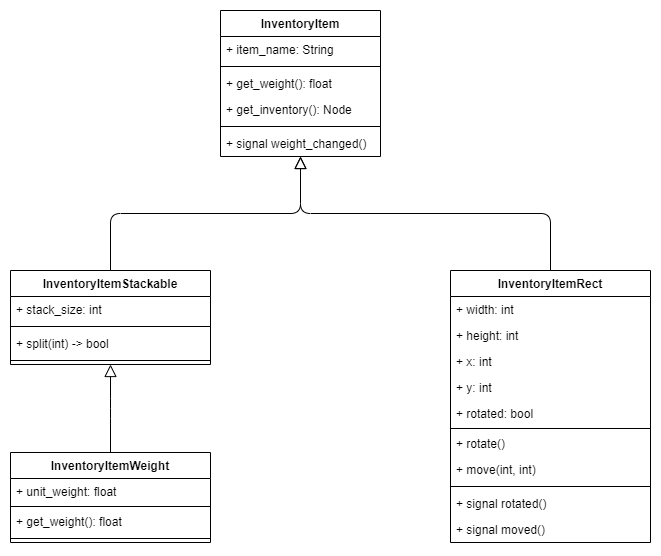
Earlier version of the draw.io export images/cd_inventory_item.png (peter-kish/gloot). Source tidied: cells renumbered, new cells last; positions are measured from the earlier drawing's top-left corner, leaving out a move shared by most shapes.
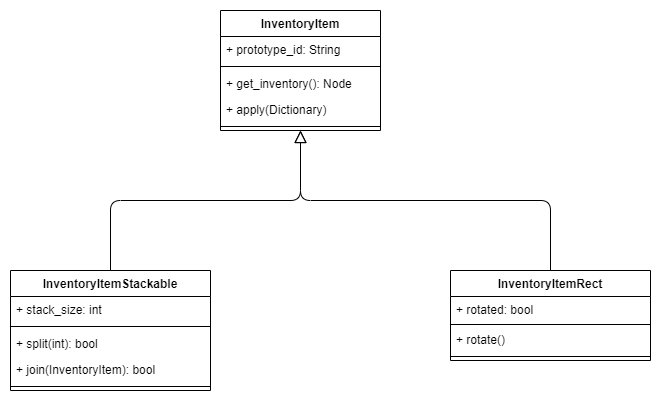
The same diagram one commit later.

The edit, as a diff of the source:
```diff
@@ -3,100 +3,61 @@
     <mxCell id="0" />
     <mxCell id="1" parent="0" />
     <mxCell id="2" value="InventoryItem" style="swimlane;fontStyle=1;align=center;verticalAlign=top;horizontal=1;startSize=26;shadow=0;strokeWidth=1;" parent="1" vertex="1">
-      <mxGeometry x="210" width="160" height="146" as="geometry" />
+      <mxGeometry x="210" width="160" height="120" as="geometry" />
     </mxCell>
-    <mxCell id="3" value="+ item_name: String" style="text;align=left;verticalAlign=top;spacingLeft=4;spacingRight=4;overflow=hidden;" parent="2" vertex="1">
+    <mxCell id="3" value="+ prototype_id: String" style="text;align=left;verticalAlign=top;spacingLeft=4;spacingRight=4;overflow=hidden;" parent="2" vertex="1">
       <mxGeometry y="26" width="160" height="26" as="geometry" />
     </mxCell>
     <mxCell id="4" style="line;html=1;strokeWidth=1;align=left;verticalAlign=middle;spacingTop=-1;spacingLeft=3;spacingRight=3;labelPosition=right;" parent="2" vertex="1">
       <mxGeometry y="52" width="160" height="8" as="geometry" />
     </mxCell>
-    <mxCell id="5" value="+ get_weight(): float" style="text;strokeColor=none;fillColor=none;align=left;verticalAlign=top;spacingLeft=4;spacingRight=4;overflow=hidden;" parent="2" vertex="1">
+    <mxCell id="5" value="+ get_inventory(): Node" style="text;strokeColor=none;fillColor=none;align=left;verticalAlign=top;spacingLeft=4;spacingRight=4;overflow=hidden;" parent="2" vertex="1">
       <mxGeometry y="60" width="160" height="26" as="geometry" />
     </mxCell>
-    <mxCell id="6" value="+ get_inventory(): Node" style="text;strokeColor=none;fillColor=none;align=left;verticalAlign=top;spacingLeft=4;spacingRight=4;overflow=hidden;" parent="2" vertex="1">
+    <mxCell id="6" value="+ apply(Dictionary)" style="text;strokeColor=none;fillColor=none;align=left;verticalAlign=top;spacingLeft=4;spacingRight=4;overflow=hidden;" parent="2" vertex="1">
       <mxGeometry y="86" width="160" height="26" as="geometry" />
     </mxCell>
     <mxCell id="7" style="line;strokeWidth=1;fillColor=none;align=left;verticalAlign=middle;spacingTop=-1;spacingLeft=3;spacingRight=3;labelPosition=right;" parent="2" vertex="1">
       <mxGeometry y="112" width="160" height="8" as="geometry" />
     </mxCell>
-    <mxCell id="8" value="+ signal weight_changed()" style="text;strokeColor=none;fillColor=none;align=left;verticalAlign=top;spacingLeft=4;spacingRight=4;overflow=hidden;points=[[0,0.5],[1,0.5]];portConstraint=eastwest;" parent="2" vertex="1">
-      <mxGeometry y="120" width="160" height="26" as="geometry" />
+    <mxCell id="8" value="InventoryItemStackable" style="swimlane;fontStyle=1;align=center;verticalAlign=top;horizontal=1;startSize=26;shadow=0;strokeWidth=1;" parent="1" vertex="1">
+      <mxGeometry y="260" width="200" height="120" as="geometry" />
     </mxCell>
-    <mxCell id="9" value="InventoryItemStackable" style="swimlane;fontStyle=1;align=center;verticalAlign=top;horizontal=1;startSize=26;shadow=0;strokeWidth=1;" parent="1" vertex="1">
-      <mxGeometry y="260" width="200" height="94" as="geometry" />
+    <mxCell id="9" value="+ stack_size: int" style="text;align=left;verticalAlign=top;spacingLeft=4;spacingRight=4;overflow=hidden;points=[[0,0.5],[1,0.5]];portConstraint=eastwest;" parent="8" vertex="1">
+      <mxGeometry y="26" width="200" height="26" as="geometry" />
     </mxCell>
-    <mxCell id="10" value="+ stack_size: int" style="text;align=left;verticalAlign=top;spacingLeft=4;spacingRight=4;overflow=hidden;" parent="9" vertex="1">
-      <mxGeometry y="26" width="200" height="26" as="geometry" />
+    <mxCell id="10" style="line;html=1;strokeWidth=1;align=left;verticalAlign=middle;spacingTop=-1;spacingLeft=3;spacingRight=3;labelPosition=right;" parent="8" vertex="1">
+      <mxGeometry y="52" width="200" height="8" as="geometry" />
     </mxCell>
-    <mxCell id="11" style="line;html=1;strokeWidth=1;align=left;verticalAlign=middle;spacingTop=-1;spacingLeft=3;spacingRight=3;labelPosition=right;" parent="9" vertex="1">
-      <mxGeometry y="52" width="200" height="8" as="geometry" />
+    <mxCell id="11" value="+ split(int): bool" style="text;align=left;verticalAlign=top;spacingLeft=4;spacingRight=4;overflow=hidden;fontStyle=0;" parent="8" vertex="1">
+      <mxGeometry y="60" width="200" height="26" as="geometry" />
     </mxCell>
-    <mxCell id="12" value="+ split(int) -&gt; bool" style="text;align=left;verticalAlign=top;spacingLeft=4;spacingRight=4;overflow=hidden;fontStyle=0;" parent="9" vertex="1">
-      <mxGeometry y="60" width="200" height="26" as="geometry" />
+    <mxCell id="12" value="+ join(InventoryItem): bool" style="text;strokeColor=none;fillColor=none;align=left;verticalAlign=top;spacingLeft=4;spacingRight=4;overflow=hidden;" parent="8" vertex="1">
+      <mxGeometry y="86" width="200" height="26" as="geometry" />
     </mxCell>
-    <mxCell id="13" style="line;strokeWidth=1;fillColor=none;align=left;verticalAlign=middle;spacingTop=-1;spacingLeft=3;spacingRight=3;labelPosition=right;" parent="9" vertex="1">
-      <mxGeometry y="86" width="200" height="8" as="geometry" />
+    <mxCell id="13" style="line;strokeWidth=1;fillColor=none;align=left;verticalAlign=middle;spacingTop=-1;spacingLeft=3;spacingRight=3;labelPosition=right;" parent="8" vertex="1">
+      <mxGeometry y="112" width="200" height="8" as="geometry" />
     </mxCell>
-    <mxCell id="14" style="endArrow=block;endSize=10;endFill=0;shadow=0;strokeWidth=1;edgeStyle=elbowEdgeStyle;elbow=vertical;" parent="1" edge="1" source="9" target="2">
+    <mxCell id="14" style="endArrow=block;endSize=10;endFill=0;shadow=0;strokeWidth=1;edgeStyle=elbowEdgeStyle;elbow=vertical;" parent="1" edge="1" source="8" target="2">
       <mxGeometry relative="1" as="geometry" />
     </mxCell>
     <mxCell id="15" value="InventoryItemRect" style="swimlane;fontStyle=1;align=center;verticalAlign=top;horizontal=1;startSize=26;shadow=0;strokeWidth=1;" parent="1" vertex="1">
-      <mxGeometry x="440" y="260" width="200" height="272" as="geometry" />
+      <mxGeometry x="440" y="260" width="200" height="90" as="geometry" />
     </mxCell>
-    <mxCell id="16" value="+ width: int" style="text;align=left;verticalAlign=top;spacingLeft=4;spacingRight=4;overflow=hidden;" parent="15" vertex="1">
+    <mxCell id="16" value="+ rotated: bool" style="text;strokeColor=none;fillColor=none;align=left;verticalAlign=top;spacingLeft=4;spacingRight=4;overflow=hidden;" parent="15" vertex="1">
       <mxGeometry y="26" width="200" height="26" as="geometry" />
     </mxCell>
-    <mxCell id="17" value="+ height: int" style="text;align=left;verticalAlign=top;spacingLeft=4;spacingRight=4;overflow=hidden;" parent="15" vertex="1">
-      <mxGeometry y="52" width="200" height="26" as="geometry" />
+    <mxCell id="17" style="line;html=1;strokeWidth=1;align=left;verticalAlign=middle;spacingTop=-1;spacingLeft=3;spacingRight=3;labelPosition=right;" parent="15" vertex="1">
+      <mxGeometry y="52" width="200" height="4" as="geometry" />
     </mxCell>
-    <mxCell id="18" value="+ x: int" style="text;strokeColor=none;fillColor=none;align=left;verticalAlign=top;spacingLeft=4;spacingRight=4;overflow=hidden;" parent="15" vertex="1">
-      <mxGeometry y="78" width="200" height="26" as="geometry" />
+    <mxCell id="18" value="+ rotate() " style="text;strokeColor=none;fillColor=none;align=left;verticalAlign=top;spacingLeft=4;spacingRight=4;overflow=hidden;" parent="15" vertex="1">
+      <mxGeometry y="56" width="200" height="26" as="geometry" />
     </mxCell>
-    <mxCell id="19" value="+ y: int" style="text;strokeColor=none;fillColor=none;align=left;verticalAlign=top;spacingLeft=4;spacingRight=4;overflow=hidden;" parent="15" vertex="1">
-      <mxGeometry y="104" width="200" height="26" as="geometry" />
+    <mxCell id="19" style="line;strokeWidth=1;fillColor=none;align=left;verticalAlign=middle;spacingTop=-1;spacingLeft=3;spacingRight=3;labelPosition=right;" parent="15" vertex="1">
+      <mxGeometry y="82" width="200" height="8" as="geometry" />
     </mxCell>
-    <mxCell id="20" value="+ rotated: bool" style="text;strokeColor=none;fillColor=none;align=left;verticalAlign=top;spacingLeft=4;spacingRight=4;overflow=hidden;" parent="15" vertex="1">
-      <mxGeometry y="130" width="200" height="26" as="geometry" />
+    <mxCell id="20" style="endArrow=block;endSize=10;endFill=0;shadow=0;strokeWidth=1;edgeStyle=elbowEdgeStyle;elbow=vertical;" parent="1" edge="1" source="15" target="2">
+      <mxGeometry relative="1" as="geometry" />
     </mxCell>
-    <mxCell id="21" style="line;html=1;strokeWidth=1;align=left;verticalAlign=middle;spacingTop=-1;spacingLeft=3;spacingRight=3;labelPosition=right;" parent="15" vertex="1">
-      <mxGeometry y="156" width="200" height="4" as="geometry" />
-    </mxCell>
-    <mxCell id="22" value="+ rotate() " style="text;strokeColor=none;fillColor=none;align=left;verticalAlign=top;spacingLeft=4;spacingRight=4;overflow=hidden;" parent="15" vertex="1">
-      <mxGeometry y="160" width="200" height="26" as="geometry" />
-    </mxCell>
-    <mxCell id="23" value="+ move(int, int)" style="text;strokeColor=none;fillColor=none;align=left;verticalAlign=top;spacingLeft=4;spacingRight=4;overflow=hidden;" parent="15" vertex="1">
-      <mxGeometry y="186" width="200" height="26" as="geometry" />
-    </mxCell>
-    <mxCell id="24" style="line;strokeWidth=1;fillColor=none;align=left;verticalAlign=middle;spacingTop=-1;spacingLeft=3;spacingRight=3;labelPosition=right;" parent="15" vertex="1">
-      <mxGeometry y="212" width="200" height="8" as="geometry" />
-    </mxCell>
-    <mxCell id="25" value="+ signal rotated()" style="text;strokeColor=none;fillColor=none;align=left;verticalAlign=top;spacingLeft=4;spacingRight=4;overflow=hidden;" parent="15" vertex="1">
-      <mxGeometry y="220" width="200" height="26" as="geometry" />
-    </mxCell>
-    <mxCell id="26" value="+ signal moved()" style="text;strokeColor=none;fillColor=none;align=left;verticalAlign=top;spacingLeft=4;spacingRight=4;overflow=hidden;" parent="15" vertex="1">
-      <mxGeometry y="246" width="200" height="26" as="geometry" />
-    </mxCell>
-    <mxCell id="27" style="endArrow=block;endSize=10;endFill=0;shadow=0;strokeWidth=1;edgeStyle=elbowEdgeStyle;elbow=vertical;" parent="1" edge="1" source="15" target="2">
-      <mxGeometry relative="1" as="geometry" />
-    </mxCell>
-    <mxCell id="28" value="InventoryItemWeight" style="swimlane;fontStyle=1;align=center;verticalAlign=top;horizontal=1;startSize=26;shadow=0;strokeWidth=1;" parent="1" vertex="1">
-      <mxGeometry y="442" width="200" height="90" as="geometry" />
-    </mxCell>
-    <mxCell id="29" value="+ unit_weight: float" style="text;align=left;verticalAlign=top;spacingLeft=4;spacingRight=4;overflow=hidden;" parent="28" vertex="1">
-      <mxGeometry y="26" width="200" height="26" as="geometry" />
-    </mxCell>
-    <mxCell id="30" style="line;html=1;strokeWidth=1;align=left;verticalAlign=middle;spacingTop=-1;spacingLeft=3;spacingRight=3;labelPosition=right;" parent="28" vertex="1">
-      <mxGeometry y="52" width="200" height="4" as="geometry" />
-    </mxCell>
-    <mxCell id="31" value="+ get_weight(): float" style="text;strokeColor=none;fillColor=none;align=left;verticalAlign=top;spacingLeft=4;spacingRight=4;overflow=hidden;" parent="28" vertex="1">
-      <mxGeometry y="56" width="200" height="26" as="geometry" />
-    </mxCell>
-    <mxCell id="32" style="line;strokeWidth=1;fillColor=none;align=left;verticalAlign=middle;spacingTop=-1;spacingLeft=3;spacingRight=3;labelPosition=right;" parent="28" vertex="1">
-      <mxGeometry y="82" width="200" height="8" as="geometry" />
-    </mxCell>
-    <mxCell id="33" style="endArrow=block;endSize=10;endFill=0;shadow=0;strokeWidth=1;edgeStyle=elbowEdgeStyle;elbow=vertical;" parent="1" edge="1" source="28" target="9">
-      <mxGeometry relative="1" as="geometry" />
-    </mxCell>
   </root>
 </mxGraphModel>
```
